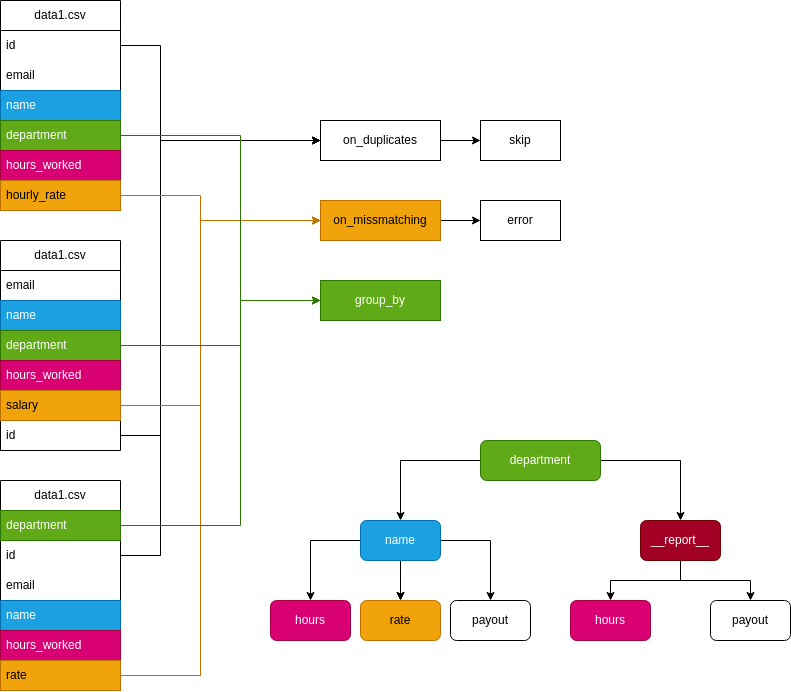
The draw.io diagram data/Diagram.drawio.png in ames0k0/TT--Python--Calculate-employee-salaries, before a commit. Source tidied: cells renumbered, new cells last; positions are measured from the earlier drawing's top-left corner, leaving out a move shared by most shapes.
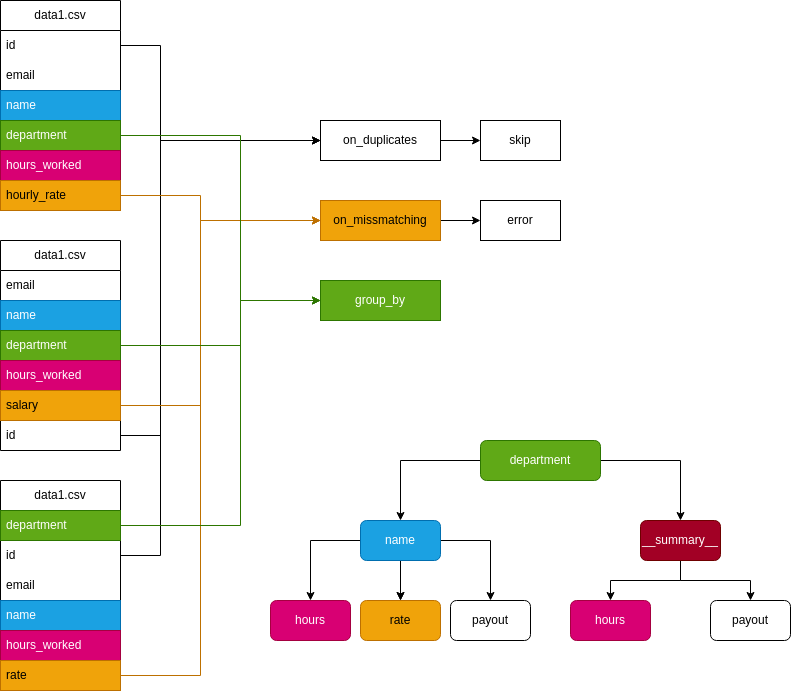
Above is the later version.

Commit message:
[bugfix] Cleaning up init data

[refactor] Add a few parameters validator

Diff of the diagram source:
```diff
@@ -104,7 +104,7 @@
     <mxCell id="35" style="edgeStyle=orthogonalEdgeStyle;rounded=0;jettySize=auto;html=1;" parent="1" edge="1" source="36" target="38">
       <mxGeometry relative="1" as="geometry" />
     </mxCell>
-    <mxCell id="36" value="__report__" style="whiteSpace=wrap;html=1;fillColor=#a20025;strokeColor=#6F0000;fontColor=#ffffff;rounded=1;" parent="1" vertex="1">
+    <mxCell id="36" value="__summary__" style="whiteSpace=wrap;html=1;fillColor=#a20025;strokeColor=#6F0000;fontColor=#ffffff;rounded=1;" parent="1" vertex="1">
       <mxGeometry x="640" y="520" width="80" height="40" as="geometry" />
     </mxCell>
     <mxCell id="37" value="hours" style="whiteSpace=wrap;html=1;fillColor=#d80073;strokeColor=#A50040;fontColor=#ffffff;rounded=1;" parent="1" vertex="1">
```
